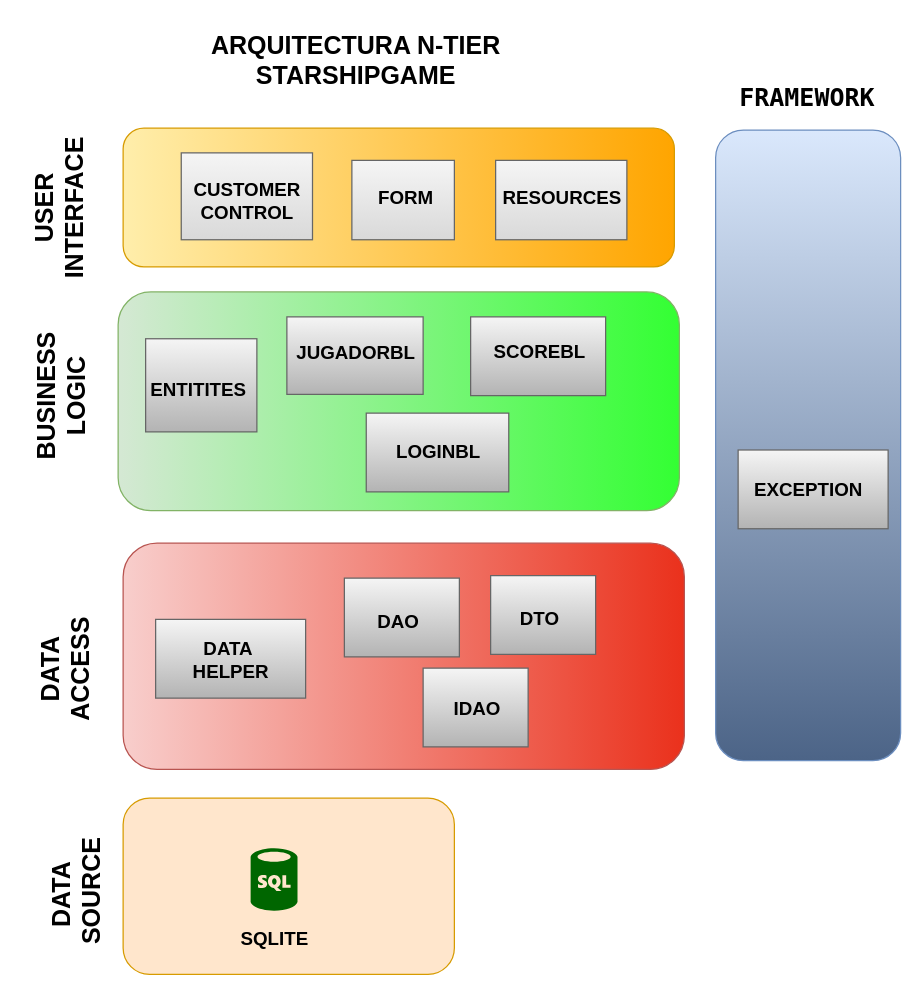
AndresVeas/STARSHIPGAME keeps this draw.io diagram as desing/Arquitectura.drawio. Above is the earlier version. Source tidied: cells renumbered, new cells numbered last; positions are measured from the earlier drawing's top-left corner, leaving out a move shared by most shapes. Both pictures are drawn from the tidied source at 125%, with x=0, y=0 at pixel (-24, 21).
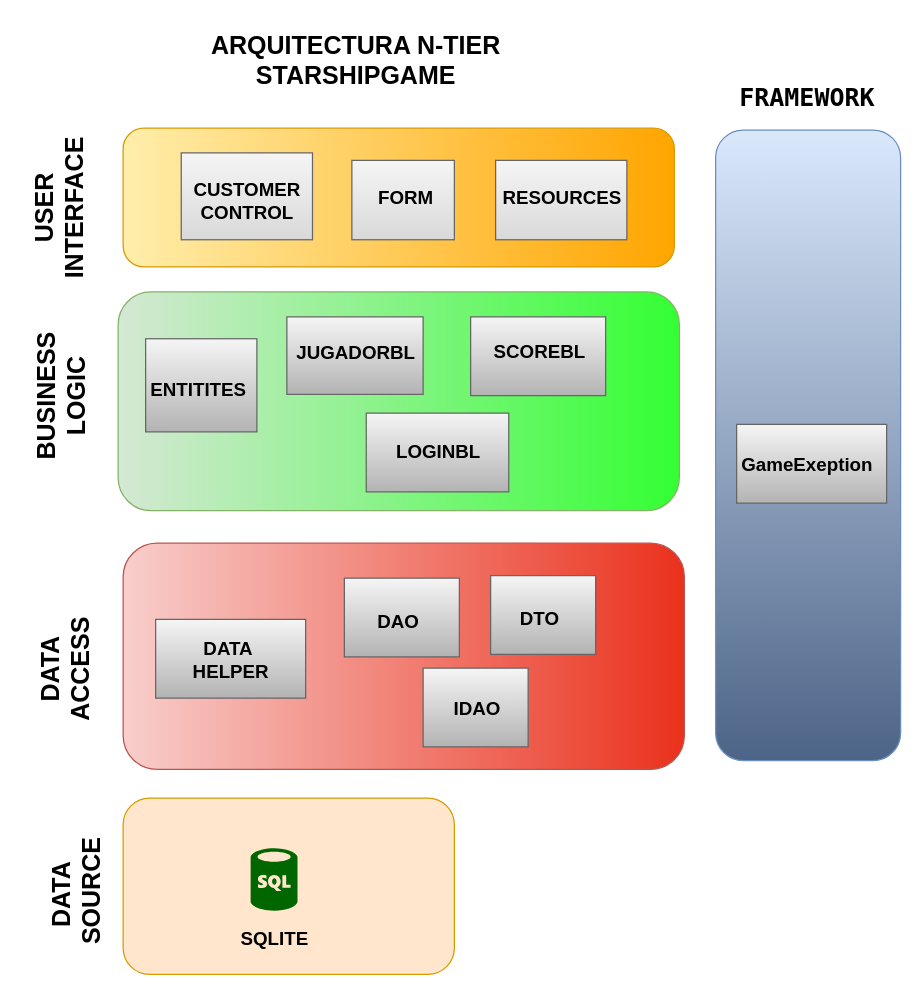
Above is the later version.

What changed in the source:
```diff
@@
     <mxCell id="26" style="rounded=0;whiteSpace=wrap;html=1;fontSize=15;fillColor=#f5f5f5;gradientColor=#b3b3b3;gradientDirection=south;strokeColor=#666666;" parent="1" vertex="1">
-      <mxGeometry x="609" y="342.5" width="120" height="63" as="geometry" />
+      <mxGeometry x="607.8" y="322" width="120" height="63" as="geometry" />
     </mxCell>
-    <mxCell id="27" value="EXCEPTION" style="text;html=1;align=center;verticalAlign=middle;strokeColor=none;fillColor=none;fontSize=15;fontColor=#000000;fontStyle=1;" parent="1" vertex="1">
-      <mxGeometry x="612.5" y="359" width="105" height="30" as="geometry" />
+    <mxCell id="27" value="GameExeption" style="text;html=1;align=center;verticalAlign=middle;strokeColor=none;fillColor=none;fontSize=15;fontColor=#000000;fontStyle=1;" parent="1" vertex="1">
+      <mxGeometry x="602.2" y="338.5" width="123" height="30" as="geometry" />
     </mxCell>
```
